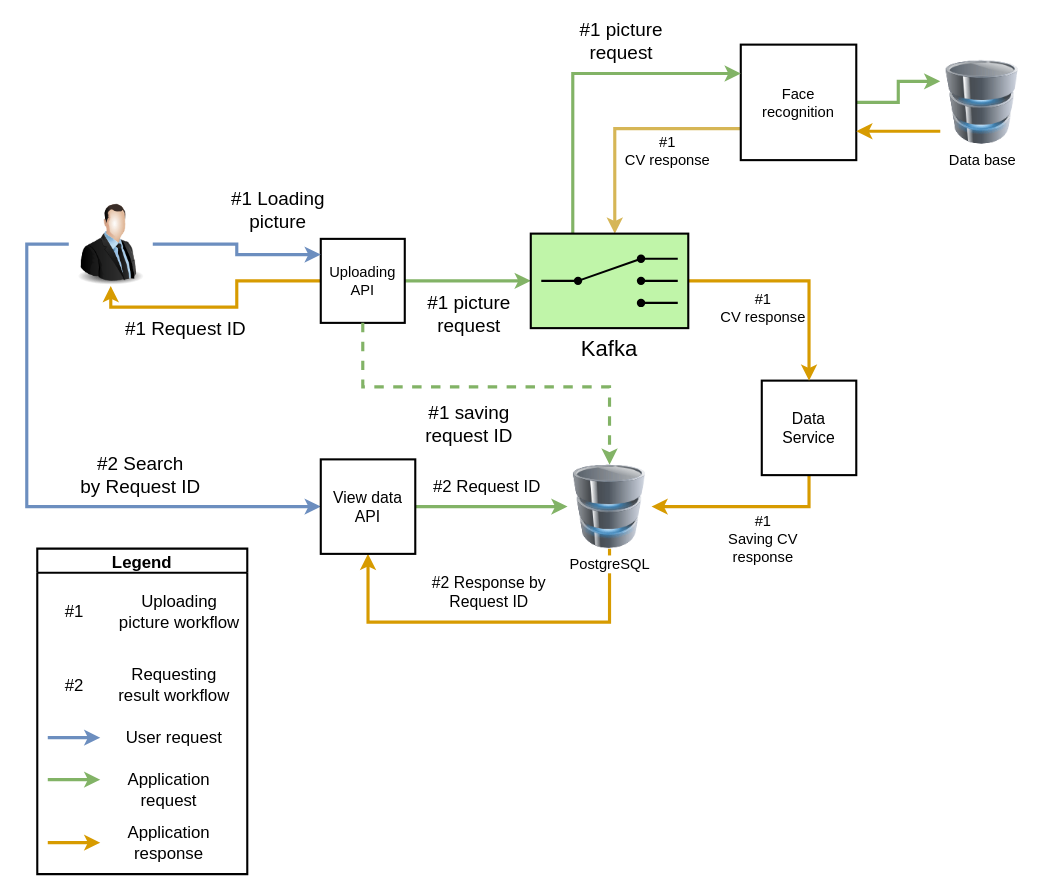
The draw.io diagram CV.drawio in stranger-inthenight/CV-doc, before the edit. Source tidied: cells renumbered, new cells numbered last; positions are measured from the earlier drawing's top-left corner, leaving out a move shared by most shapes. Both pictures are drawn from the tidied source at 105%, with x=0, y=0 at pixel (26, 44).
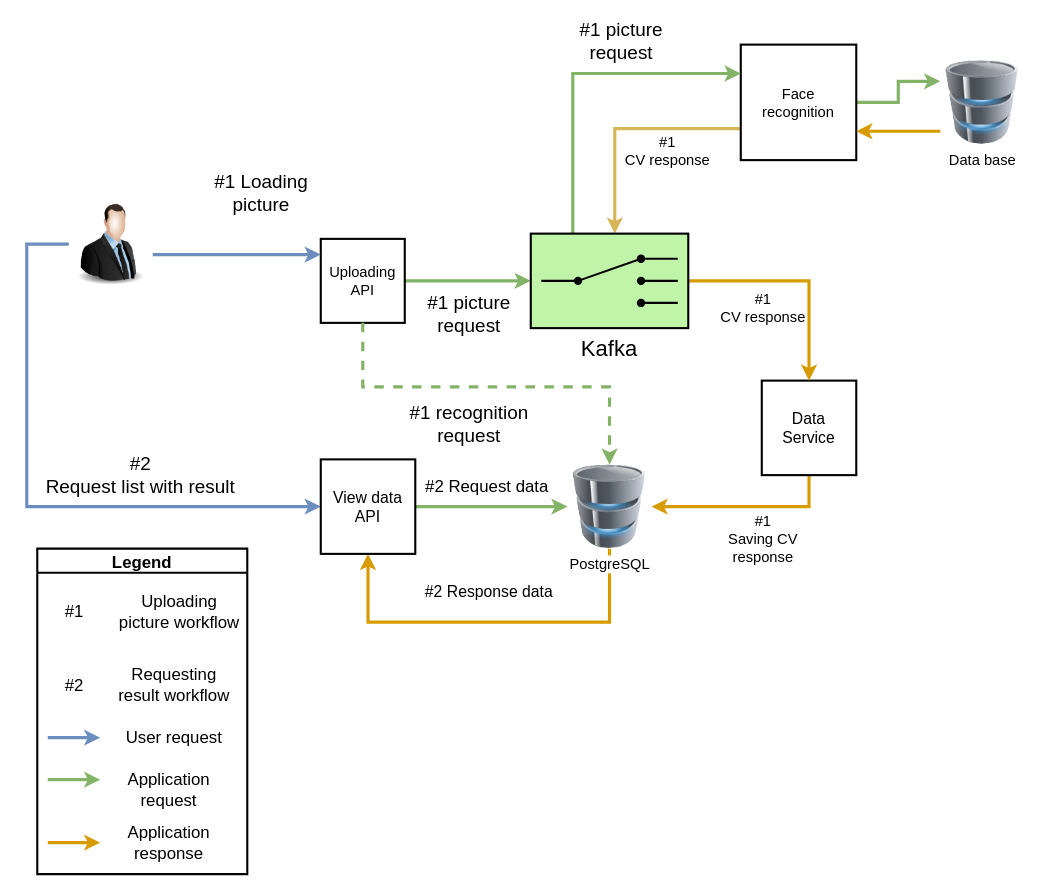
Above is the later version.

Unchanged cells that the change refers to:
```xml
<mxCell id="6" value="&lt;div style=&quot;font-size: 14px&quot;&gt;Uploading&lt;/div&gt;&lt;div&gt; API&lt;br&gt;&lt;/div&gt;" style="whiteSpace=wrap;html=1;strokeWidth=2;fontSize=14;" parent="1" vertex="1">
  <mxGeometry x="280" y="185" width="80" height="80" as="geometry" />
</mxCell>
<mxCell id="21" style="edgeStyle=orthogonalEdgeStyle;rounded=0;jettySize=auto;html=1;entryX=0;entryY=0.5;entryDx=0;entryDy=0;strokeWidth=3;fontSize=18;fillColor=#dae8fc;strokeColor=#6c8ebf;" parent="1" edge="1" source="23" target="29">
  <mxGeometry relative="1" as="geometry">
    <Array as="points">
      <mxPoint y="190" />
      <mxPoint y="440" />
    </Array>
  </mxGeometry>
</mxCell>
<mxCell id="23" style="image;html=1;image=img/lib/clip_art/people/Suit_Man_128x128.png;fontSize=21;" parent="1" vertex="1">
  <mxGeometry x="40" y="150" width="80" height="80" as="geometry" />
</mxCell>
<mxCell id="24" style="edgeStyle=orthogonalEdgeStyle;rounded=0;jettySize=auto;html=1;entryX=0.5;entryY=1;entryDx=0;entryDy=0;strokeWidth=3;fontSize=18;fillColor=#ffe6cc;strokeColor=#d79b00;" parent="1" edge="1" source="26" target="29">
  <mxGeometry relative="1" as="geometry">
    <Array as="points">
      <mxPoint x="555" y="550" />
      <mxPoint x="325" y="550" />
    </Array>
  </mxGeometry>
</mxCell>
<mxCell id="27" style="edgeStyle=orthogonalEdgeStyle;rounded=0;jettySize=auto;html=1;strokeWidth=3;fontSize=18;fillColor=#d5e8d4;strokeColor=#82b366;" parent="1" edge="1" source="29" target="26">
  <mxGeometry relative="1" as="geometry" />
</mxCell>
<mxCell id="43" style="edgeStyle=orthogonalEdgeStyle;rounded=0;jettySize=auto;html=1;entryX=0.5;entryY=0;entryDx=0;entryDy=0;fontSize=21;fillColor=#d5e8d4;strokeColor=#82b366;strokeWidth=3;exitX=0.5;exitY=1;exitDx=0;exitDy=0;dashed=1;" parent="1" edge="1" source="6" target="26">
  <mxGeometry relative="1" as="geometry">
    <Array as="points">
      <mxPoint x="320" y="326" />
      <mxPoint x="555" y="326" />
    </Array>
  </mxGeometry>
</mxCell>
```

Diff of the diagram source:
```diff
@@
-    <mxCell id="4" style="edgeStyle=orthogonalEdgeStyle;rounded=0;jettySize=auto;html=1;entryX=0.5;entryY=1;entryDx=0;entryDy=0;strokeWidth=3;fontSize=18;fillColor=#ffe6cc;strokeColor=#d79b00;" parent="1" edge="1" source="6" target="23">
-      <mxGeometry relative="1" as="geometry" />
-    </mxCell>
-    <mxCell id="5" value="#1 Request ID" style="edgeLabel;html=1;align=center;verticalAlign=middle;fontSize=18;" parent="4" vertex="1">
-      <mxGeometry x="0.15" relative="1" as="geometry">
-        <mxPoint x="-14" y="20" as="offset" />
-      </mxGeometry>
-    </mxCell>
@@
     <mxCell id="19" style="edgeStyle=orthogonalEdgeStyle;rounded=0;jettySize=auto;html=1;strokeWidth=3;fontSize=21;fillColor=#dae8fc;strokeColor=#6c8ebf;" parent="1" edge="1" source="23">
       <mxGeometry relative="1" as="geometry">
         <mxPoint x="280" y="200" as="targetPoint" />
         <Array as="points">
-          <mxPoint x="200" y="190" />
-          <mxPoint x="200" y="200" />
-          <mxPoint x="280" y="200" />
+          <mxPoint x="160" y="200" />
+          <mxPoint x="160" y="200" />
         </Array>
       </mxGeometry>
     </mxCell>
@@
-    <mxCell id="22" value="&lt;div&gt;#2 Search &lt;br&gt;&lt;/div&gt;&lt;div&gt;by Request ID&lt;br&gt;&lt;/div&gt;" style="edgeLabel;html=1;align=center;verticalAlign=middle;fontSize=18;" parent="21" vertex="1">
+    <mxCell id="22" value="&lt;div&gt;#2 &lt;br&gt;&lt;/div&gt;&lt;div&gt;Request list with result&lt;br&gt;&lt;/div&gt;" style="edgeLabel;html=1;align=center;verticalAlign=middle;fontSize=18;" parent="21" vertex="1">
       <mxGeometry x="0.35" y="2" relative="1" as="geometry">
         <mxPoint x="12" y="-28" as="offset" />
       </mxGeometry>
     </mxCell>
@@
-    <mxCell id="25" value="&lt;div style=&quot;font-size: 15px&quot;&gt;#2 Response by &lt;br style=&quot;font-size: 15px&quot;&gt;&lt;/div&gt;&lt;div style=&quot;font-size: 15px&quot;&gt;Request ID&lt;br style=&quot;font-size: 15px&quot;&gt;&lt;/div&gt;" style="edgeLabel;html=1;align=center;verticalAlign=middle;fontSize=15;" parent="24" vertex="1">
+    <mxCell id="25" value="&lt;div style=&quot;font-size: 15px&quot;&gt;#2 Response data&lt;br&gt;&lt;/div&gt;" style="edgeLabel;html=1;align=center;verticalAlign=middle;fontSize=15;" parent="24" vertex="1">
       <mxGeometry x="0.15" y="6" relative="1" as="geometry">
         <mxPoint x="24" y="-36" as="offset" />
       </mxGeometry>
     </mxCell>
@@
-    <mxCell id="28" value="#2 Request ID" style="edgeLabel;html=1;align=center;verticalAlign=middle;fontSize=16;" parent="27" vertex="1">
+    <mxCell id="28" value="#2 Request data" style="edgeLabel;html=1;align=center;verticalAlign=middle;fontSize=16;" parent="27" vertex="1">
       <mxGeometry x="-0.28" y="-4" relative="1" as="geometry">
         <mxPoint x="15" y="-24" as="offset" />
       </mxGeometry>
     </mxCell>
@@
-    <mxCell id="44" value="#1 saving&lt;div style=&quot;font-size: 18px&quot;&gt;request ID&lt;br style=&quot;font-size: 18px&quot;&gt;&lt;/div&gt;" style="edgeLabel;html=1;align=center;verticalAlign=middle;fontSize=18;" parent="43" vertex="1">
+    <mxCell id="44" value="#1 recognition&lt;br&gt;&lt;div style=&quot;font-size: 18px&quot;&gt;request&lt;br style=&quot;font-size: 18px&quot;&gt;&lt;/div&gt;" style="edgeLabel;html=1;align=center;verticalAlign=middle;fontSize=18;" parent="43" vertex="1">
       <mxGeometry x="-0.28" y="-1" relative="1" as="geometry">
         <mxPoint x="28" y="34" as="offset" />
       </mxGeometry>
     </mxCell>
```
